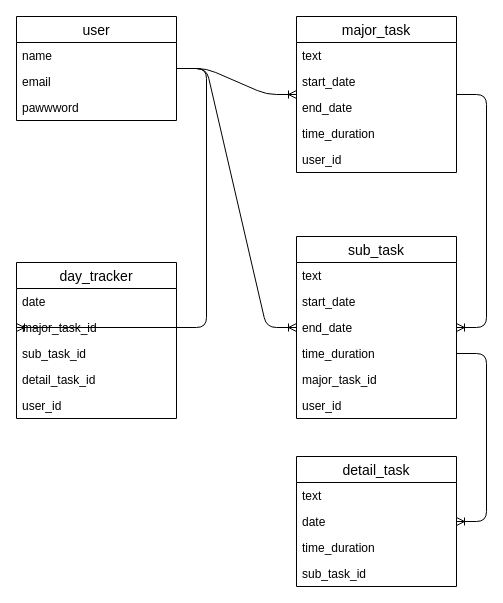
This is data_structure.drawio from Yosuke-Aramaki/gx_app_2, a draw.io file, before an edit. Source tidied: cells renumbered, new cells numbered last; positions are measured from the earlier drawing's top-left corner, leaving out a move shared by most shapes. Both pictures are drawn from the tidied source at 100%, with x=0, y=0 at pixel (16, 16).
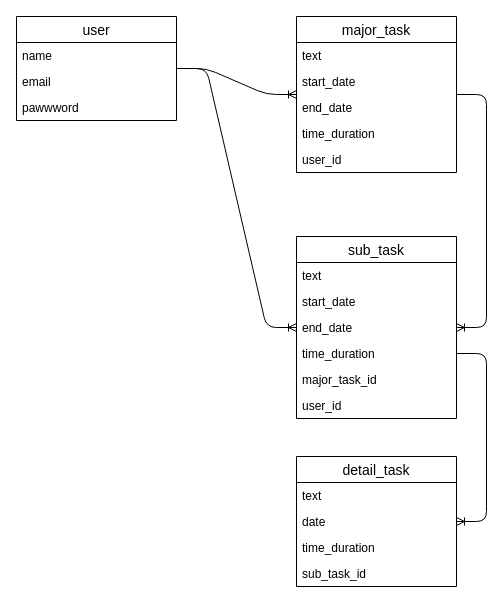
The same diagram, later.

Unchanged cells that the change refers to:
```xml
<mxCell id="8" value="user" style="swimlane;fontStyle=0;horizontal=1;startSize=26;align=center;fontSize=14;" parent="1" vertex="1">
  <mxGeometry width="160" height="104" as="geometry" />
</mxCell>
```

Change to the diagram source:
```diff
@@
-    <mxCell id="26" value="day_tracker" style="swimlane;fontStyle=0;horizontal=1;startSize=26;align=center;fontSize=14;" parent="1" vertex="1">
-      <mxGeometry y="246" width="160" height="156" as="geometry" />
-    </mxCell>
-    <mxCell id="27" value="date" style="text;strokeColor=none;fillColor=none;spacingLeft=4;spacingRight=4;overflow=hidden;fontSize=12;" parent="26" vertex="1">
-      <mxGeometry y="26" width="160" height="26" as="geometry" />
-    </mxCell>
-    <mxCell id="28" value="major_task_id" style="text;strokeColor=none;fillColor=none;spacingLeft=4;spacingRight=4;overflow=hidden;points=[[0,0.5],[1,0.5]];portConstraint=eastwest;fontSize=12;" parent="26" vertex="1">
-      <mxGeometry y="52" width="160" height="26" as="geometry" />
-    </mxCell>
-    <mxCell id="29" value="sub_task_id" style="text;strokeColor=none;fillColor=none;spacingLeft=4;spacingRight=4;overflow=hidden;fontSize=12;" parent="26" vertex="1">
-      <mxGeometry y="78" width="160" height="26" as="geometry" />
-    </mxCell>
-    <mxCell id="30" value="detail_task_id" style="text;strokeColor=none;fillColor=none;spacingLeft=4;spacingRight=4;overflow=hidden;fontSize=12;" parent="26" vertex="1">
-      <mxGeometry y="104" width="160" height="26" as="geometry" />
-    </mxCell>
-    <mxCell id="31" value="user_id" style="text;strokeColor=none;fillColor=none;spacingLeft=4;spacingRight=4;overflow=hidden;fontSize=12;" parent="26" vertex="1">
-      <mxGeometry y="130" width="160" height="26" as="geometry" />
-    </mxCell>
-    <mxCell id="32" style="edgeStyle=entityRelationEdgeStyle;fontSize=12;html=1;endArrow=ERoneToMany;entryX=0;entryY=0.5;entryDx=0;entryDy=0;" parent="1" edge="1" source="8" target="28">
-      <mxGeometry relative="1" as="geometry" />
-    </mxCell>
```
